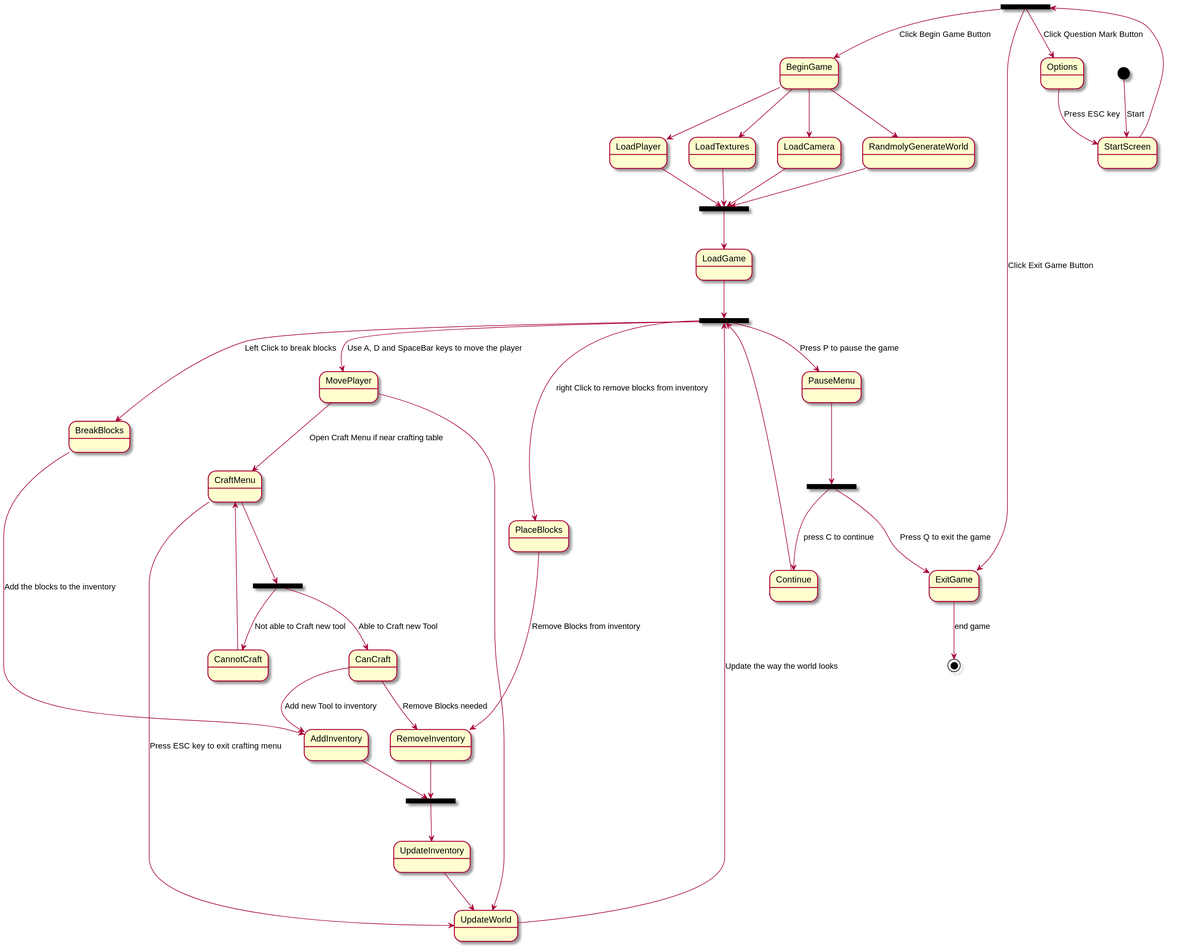
Above: Diagrams/state.svg in 2333263/ScrumDogMillionaires (PlantUML), before the change. The source it was exported from:
```plantuml
@startuml state

skinparam dpi 500

state fork_startScreen <<fork>>
state fork_beginGame <<fork>>
state fork_pause <<fork>>
state fork_craft <<fork>>
state join_inventory <<join>>
state join_loadGame <<join>>

[*] --> StartScreen : Start
StartScreen --> fork_startScreen
fork_startScreen --> BeginGame : Click Begin Game Button
fork_startScreen --> ExitGame : Click Exit Game Button
fork_startScreen --> Options : Click Question Mark Button
BeginGame --> RandmolyGenerateWorld
BeginGame --> LoadPlayer
BeginGame --> LoadTextures
BeginGame --> LoadCamera

RandmolyGenerateWorld --> join_loadGame
LoadPlayer --> join_loadGame
LoadTextures --> join_loadGame
LoadCamera --> join_loadGame
join_loadGame --> LoadGame
LoadGame --> fork_beginGame

UpdateWorld --> fork_beginGame : Update the way the world looks


fork_beginGame --> MovePlayer : Use A, D and SpaceBar keys to move the player
MovePlayer --> UpdateWorld

fork_beginGame --> BreakBlocks : Left Click to break blocks
BreakBlocks --> AddInventory : Add the blocks to the inventory

fork_beginGame --> PlaceBlocks : right Click to remove blocks from inventory
PlaceBlocks --> RemoveInventory : Remove Blocks from inventory

MovePlayer --> CraftMenu : Open Craft Menu if near crafting table
CraftMenu --> fork_craft
fork_craft --> CanCraft : Able to Craft new Tool
fork_craft --> CannotCraft : Not able to Craft new tool
CanCraft --> RemoveInventory : Remove Blocks needed
CanCraft --> AddInventory : Add new Tool to inventory
CannotCraft --> CraftMenu
CraftMenu --> UpdateWorld : Press ESC key to exit crafting menu

RemoveInventory --> join_inventory
AddInventory --> join_inventory
join_inventory --> UpdateInventory

UpdateInventory --> UpdateWorld
fork_beginGame --> PauseMenu : Press P to pause the game


PauseMenu --> fork_pause
fork_pause --> Continue : press C to continue
Continue --> fork_beginGame
fork_pause --> ExitGame : Press Q to exit the game
Options --> StartScreen : Press ESC key
ExitGame --> [*] : end game
@enduml
```
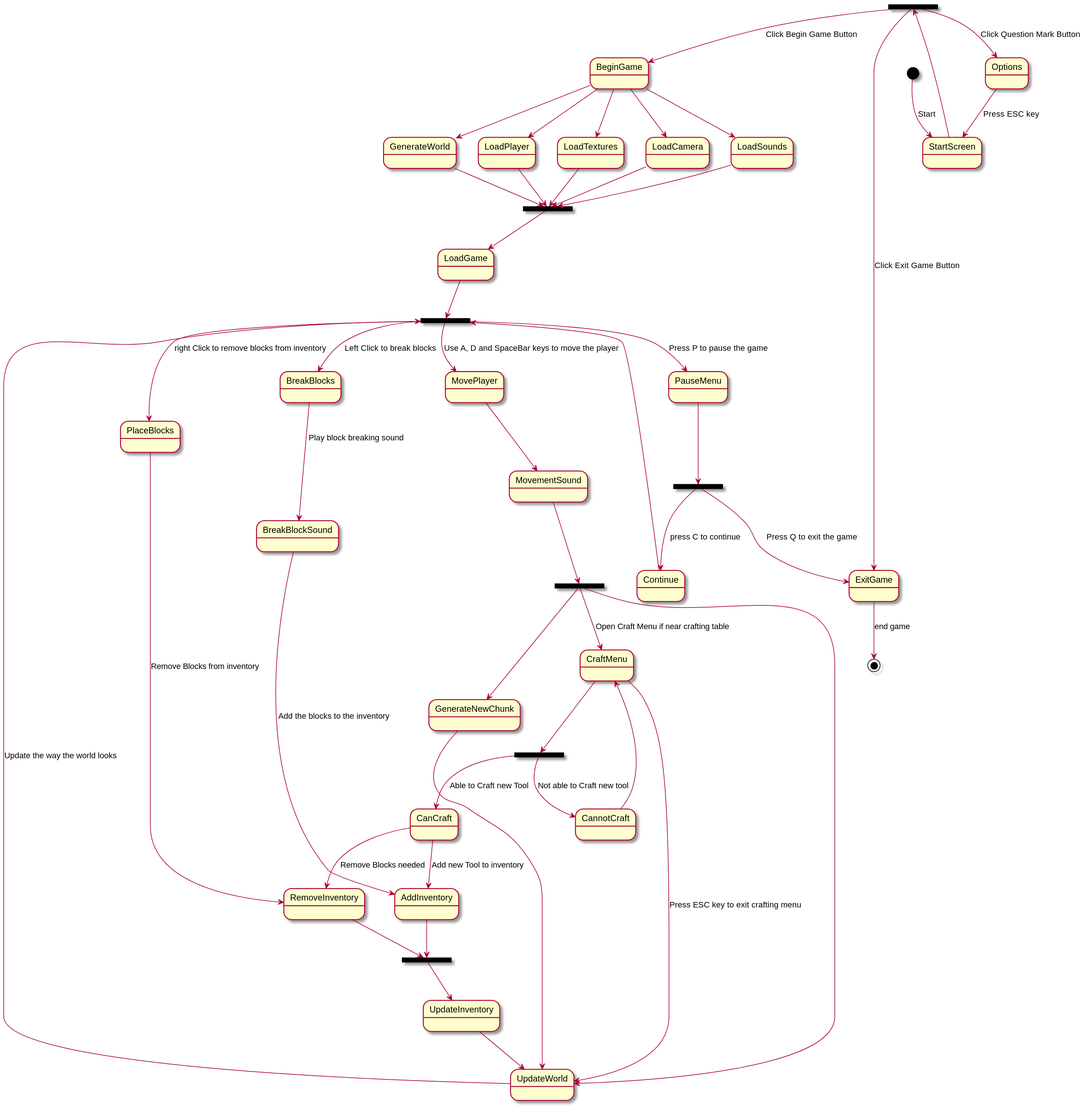
After the change.

Commit message:
Updated the State Diagram

What changed in the source:
```diff
@@ -6,6 +6,7 @@
 state fork_beginGame <<fork>>
 state fork_pause <<fork>>
 state fork_craft <<fork>>
+state movement_fork <<fork>>
 state join_inventory <<join>>
 state join_loadGame <<join>>
 
@@ -14,12 +15,14 @@
 fork_startScreen --> BeginGame : Click Begin Game Button
 fork_startScreen --> ExitGame : Click Exit Game Button
 fork_startScreen --> Options : Click Question Mark Button
-BeginGame --> RandmolyGenerateWorld
+BeginGame --> GenerateWorld
 BeginGame --> LoadPlayer
 BeginGame --> LoadTextures
 BeginGame --> LoadCamera
+BeginGame --> LoadSounds
 
-RandmolyGenerateWorld --> join_loadGame
+GenerateWorld --> join_loadGame
+LoadSounds --> join_loadGame
 LoadPlayer --> join_loadGame
 LoadTextures --> join_loadGame
 LoadCamera --> join_loadGame
@@ -30,15 +33,20 @@
 
 
 fork_beginGame --> MovePlayer : Use A, D and SpaceBar keys to move the player
-MovePlayer --> UpdateWorld
+MovePlayer --> MovementSound
+MovementSound --> movement_fork
+movement_fork --> UpdateWorld
+movement_fork --> GenerateNewChunk
+GenerateNewChunk --> UpdateWorld
 
 fork_beginGame --> BreakBlocks : Left Click to break blocks
-BreakBlocks --> AddInventory : Add the blocks to the inventory
+BreakBlocks --> BreakBlockSound : Play block breaking sound
+BreakBlockSound --> AddInventory : Add the blocks to the inventory
 
 fork_beginGame --> PlaceBlocks : right Click to remove blocks from inventory
 PlaceBlocks --> RemoveInventory : Remove Blocks from inventory
 
-MovePlayer --> CraftMenu : Open Craft Menu if near crafting table
+movement_fork --> CraftMenu : Open Craft Menu if near crafting table
 CraftMenu --> fork_craft
 fork_craft --> CanCraft : Able to Craft new Tool
 fork_craft --> CannotCraft : Not able to Craft new tool
```
